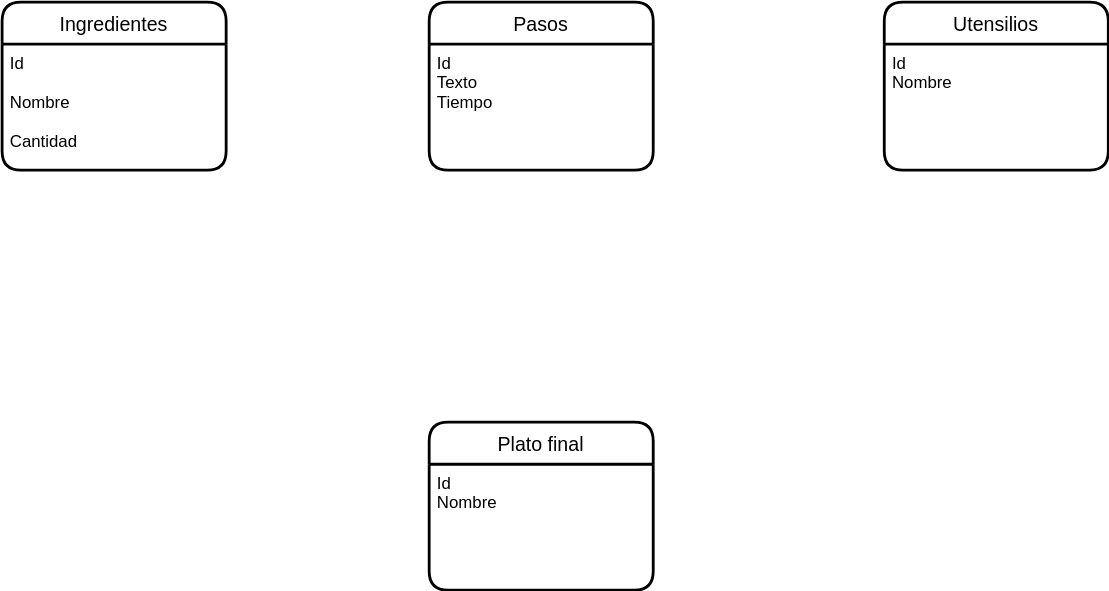
This is UD12-09.svg from Jimxx22/C3-UD11-UML, a draw.io export, as it was before one commit. Source tidied: cells renumbered, new cells last; positions are measured from the earlier drawing's top-left corner, leaving out a move shared by most shapes.
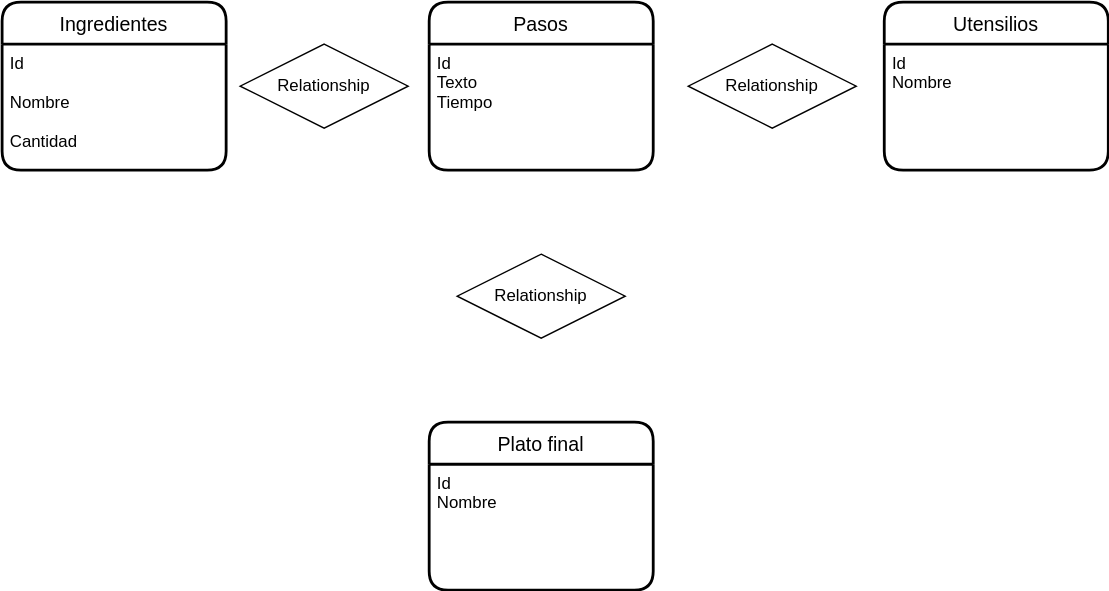
Above is the later version.

The edit, as a diff of the source:
```diff
@@ -26,5 +26,14 @@
     <mxCell id="9" value="Id&#10;Nombre&#10;" style="align=left;strokeColor=none;fillColor=none;spacingLeft=4;fontSize=12;verticalAlign=top;" parent="8" vertex="1">
       <mxGeometry y="30" width="160" height="90" as="geometry" />
     </mxCell>
+    <mxCell id="10" value="Relationship" style="shape=rhombus;perimeter=rhombusPerimeter;whiteSpace=wrap;html=1;align=center;" parent="1" vertex="1">
+      <mxGeometry x="170" y="30" width="120" height="60" as="geometry" />
+    </mxCell>
+    <mxCell id="11" value="Relationship" style="shape=rhombus;perimeter=rhombusPerimeter;whiteSpace=wrap;html=1;align=center;" parent="1" vertex="1">
+      <mxGeometry x="490" y="30" width="120" height="60" as="geometry" />
+    </mxCell>
+    <mxCell id="12" value="Relationship" style="shape=rhombus;perimeter=rhombusPerimeter;whiteSpace=wrap;html=1;align=center;" parent="1" vertex="1">
+      <mxGeometry x="325" y="180" width="120" height="60" as="geometry" />
+    </mxCell>
   </root>
 </mxGraphModel>
```
